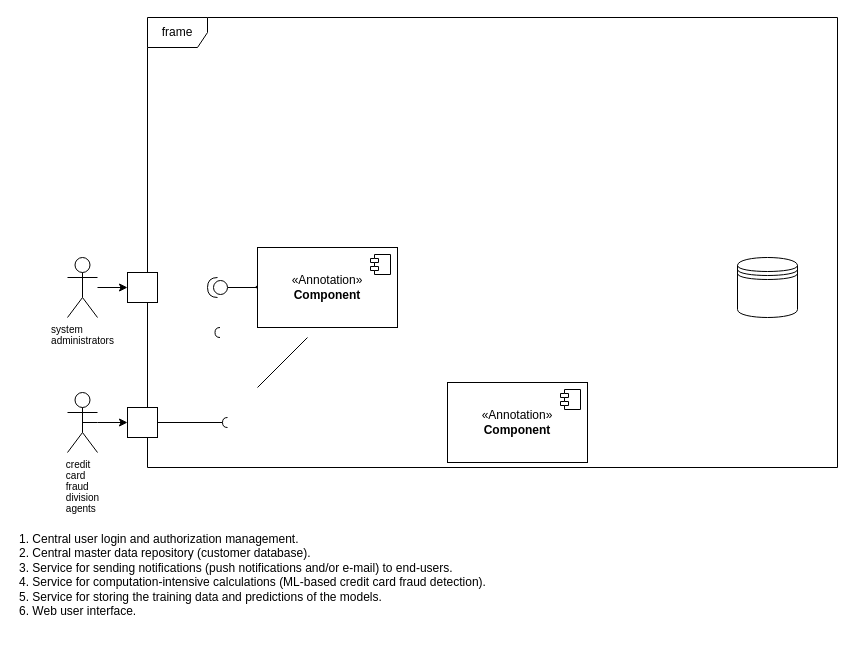
This is gifs/Untitled Diagram.drawio from midani-47/midani-47, a draw.io file, before an edit. Source tidied: cells renumbered, new cells numbered last; positions are measured from the earlier drawing's top-left corner, leaving out a move shared by most shapes. Both pictures are drawn from the tidied source at 100%, with x=0, y=0 at pixel (17, 17).
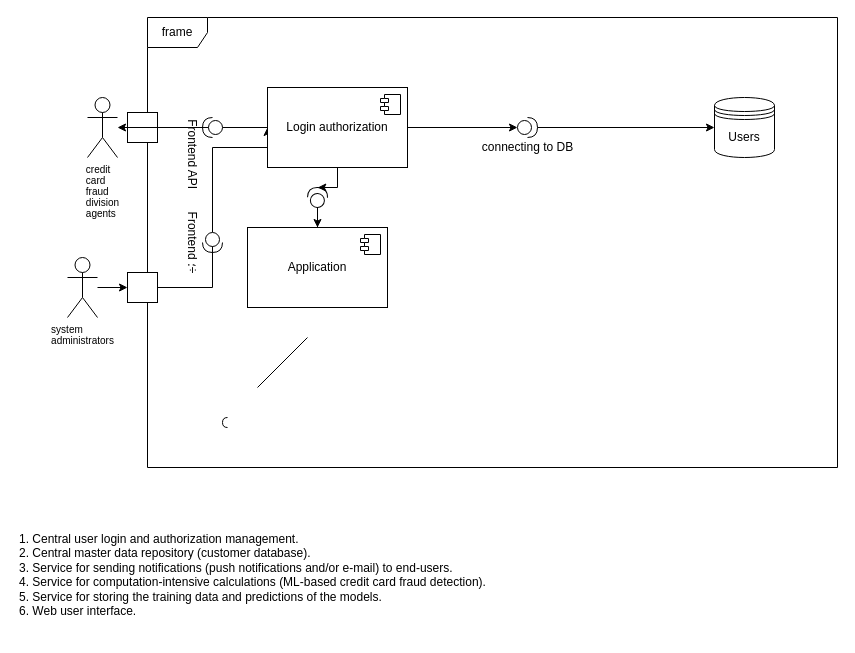
After the change.

Unchanged cells that the change refers to:
```xml
<mxCell id="10" style="shape=requiredInterface;html=1;fontSize=11;align=center;fillColor=none;points=[];verticalAlign=bottom;labelPosition=center;verticalLabelPosition=top;flipH=1;" parent="1" vertex="1">
  <mxGeometry x="205" y="400" width="5" height="10" as="geometry" />
</mxCell>
<mxCell id="11" style="html=1;rounded=0;" parent="1" vertex="1">
  <mxGeometry x="110" y="255" width="30" height="30" as="geometry" />
</mxCell>
```

The edit, as a diff of the source:
```diff
@@
-    <mxCell id="5" style="edgeStyle=orthogonalEdgeStyle;rounded=0;jettySize=auto;html=1;entryX=0.015;entryY=0.585;entryDx=0;entryDy=0;entryPerimeter=0;" parent="1" edge="1" source="6" target="17">
-      <mxGeometry relative="1" as="geometry">
-        <Array as="points">
-          <mxPoint x="242" y="270" />
-        </Array>
-      </mxGeometry>
+    <mxCell id="5" style="edgeStyle=orthogonalEdgeStyle;rounded=0;jettySize=auto;html=1;" parent="1" edge="1" source="6" target="17">
+      <mxGeometry relative="1" as="geometry" />
     </mxCell>
-    <mxCell id="6" style="shape=providedRequiredInterface;html=1;verticalLabelPosition=bottom;sketch=0;rotation=-180;" parent="1" vertex="1">
-      <mxGeometry x="190" y="260" width="20" height="20" as="geometry" />
+    <mxCell id="6" style="shape=providedRequiredInterface;html=1;verticalLabelPosition=bottom;sketch=0;rotation=-88;" parent="1" vertex="1">
+      <mxGeometry x="290" y="170" width="20" height="20" as="geometry" />
     </mxCell>
@@
     <mxCell id="8" style="html=1;rounded=0;" parent="1" vertex="1">
-      <mxGeometry x="110" y="390" width="30" height="30" as="geometry" />
+      <mxGeometry x="110" y="95" width="30" height="30" as="geometry" />
     </mxCell>
-    <mxCell id="9" style="endArrow=none;html=1;rounded=0;align=center;verticalAlign=top;endFill=0;labelBackgroundColor=none;endSize=2;" parent="1" edge="1" source="8" target="10">
+    <mxCell id="9" style="endArrow=none;html=1;rounded=0;align=center;verticalAlign=top;endFill=0;labelBackgroundColor=none;endSize=2;" parent="1" edge="1" source="8" target="15">
       <mxGeometry relative="1" as="geometry" />
     </mxCell>
@@
+    <mxCell id="21" style="edgeStyle=orthogonalEdgeStyle;rounded=0;jettySize=auto;html=1;entryX=0;entryY=0.5;entryDx=0;entryDy=0;" parent="1" edge="1" source="26" target="15">
+      <mxGeometry relative="1" as="geometry">
+        <Array as="points">
+          <mxPoint x="195" y="130" />
+          <mxPoint x="250" y="130" />
+        </Array>
+      </mxGeometry>
+    </mxCell>
@@
-    <mxCell id="12" style="shape=requiredInterface;html=1;fontSize=11;align=center;fillColor=none;verticalAlign=bottom;labelPosition=center;verticalLabelPosition=top;flipH=1;" parent="1" vertex="1">
-      <mxGeometry x="197.5" y="310" width="5" height="10" as="geometry" />
-    </mxCell>
-    <mxCell id="13" style="edgeStyle=orthogonalEdgeStyle;rounded=0;jettySize=auto;html=1;exitX=0.5;exitY=0.5;exitDx=0;exitDy=0;exitPerimeter=0;entryX=0;entryY=0.5;entryDx=0;entryDy=0;" parent="1" edge="1" source="14" target="8">
-      <mxGeometry relative="1" as="geometry">
-        <Array as="points">
-          <mxPoint x="80" y="405" />
-          <mxPoint x="80" y="405" />
-        </Array>
-      </mxGeometry>
-    </mxCell>
     <mxCell id="14" value="&lt;p style=&quot;margin: 0px; font-variant-numeric: normal; font-variant-east-asian: normal; font-variant-alternates: normal; font-size-adjust: none; font-kerning: auto; font-optical-sizing: auto; font-feature-settings: normal; font-variation-settings: normal; font-variant-position: normal; font-variant-emoji: normal; font-stretch: normal; font-size: 10px; line-height: normal; text-align: start; text-wrap-mode: wrap;&quot; class=&quot;p1&quot;&gt;&lt;font style=&quot;color: light-dark(rgb(0, 0, 0), rgb(255, 255, 255));&quot;&gt;credit card fraud division agents&lt;/font&gt;&lt;/p&gt;" style="shape=umlActor;verticalLabelPosition=bottom;verticalAlign=top;html=1;outlineConnect=0;" parent="1" vertex="1">
-      <mxGeometry x="50" y="375" width="30" height="60" as="geometry" />
+      <mxGeometry x="70" y="80" width="30" height="60" as="geometry" />
     </mxCell>
+    <mxCell id="22" style="edgeStyle=orthogonalEdgeStyle;rounded=0;jettySize=auto;html=1;" parent="1" edge="1" source="15" target="28">
+      <mxGeometry relative="1" as="geometry" />
+    </mxCell>
-    <mxCell id="15" value="&amp;laquo;Annotation&amp;raquo;&lt;br/&gt;&lt;b&gt;Component&lt;/b&gt;" style="html=1;whiteSpace=wrap;" parent="1" vertex="1">
-      <mxGeometry x="430" y="365" width="140" height="80" as="geometry" />
+    <mxCell id="15" value="Login authorization" style="html=1;whiteSpace=wrap;" parent="1" vertex="1">
+      <mxGeometry x="250" y="70" width="140" height="80" as="geometry" />
     </mxCell>
@@
-    <mxCell id="17" value="&amp;laquo;Annotation&amp;raquo;&lt;br/&gt;&lt;b&gt;Component&lt;/b&gt;" style="html=1;whiteSpace=wrap;" parent="1" vertex="1">
-      <mxGeometry x="240" y="230" width="140" height="80" as="geometry" />
+    <mxCell id="17" value="Application" style="html=1;whiteSpace=wrap;" parent="1" vertex="1">
+      <mxGeometry x="230" y="210" width="140" height="80" as="geometry" />
     </mxCell>
@@
-    <mxCell id="19" style="shape=datastore;whiteSpace=wrap;html=1;" parent="1" vertex="1">
-      <mxGeometry x="720" y="240" width="60" height="60" as="geometry" />
+    <mxCell id="19" value="Users" style="shape=datastore;whiteSpace=wrap;html=1;" parent="1" vertex="1">
+      <mxGeometry x="697" y="80" width="60" height="60" as="geometry" />
     </mxCell>
@@
+    <mxCell id="23" style="edgeStyle=orthogonalEdgeStyle;rounded=0;jettySize=auto;html=1;" parent="1" edge="1" source="24" target="14">
+      <mxGeometry relative="1" as="geometry" />
+    </mxCell>
+    <mxCell id="24" value="&lt;span style=&quot;white-space: pre;&quot;&gt;&#9;&lt;span style=&quot;white-space: pre;&quot;&gt;&#9;&lt;/span&gt;Frontend API&lt;/span&gt;" style="shape=providedRequiredInterface;html=1;verticalLabelPosition=bottom;sketch=0;direction=south;rotation=90;" parent="1" vertex="1">
+      <mxGeometry x="185" y="100" width="20" height="20" as="geometry" />
+    </mxCell>
+    <mxCell id="25" style="edgeStyle=orthogonalEdgeStyle;rounded=0;jettySize=auto;html=1;entryX=0;entryY=0.5;entryDx=0;entryDy=0;" parent="1" edge="1" source="11" target="26">
+      <mxGeometry relative="1" as="geometry">
+        <Array as="points">
+          <mxPoint x="195" y="270" />
+        </Array>
+      </mxGeometry>
+    </mxCell>
+    <mxCell id="26" value="Frontend ؛÷" style="shape=providedRequiredInterface;html=1;verticalLabelPosition=bottom;sketch=0;rotation=90;" parent="1" vertex="1">
+      <mxGeometry x="185" y="215" width="20" height="20" as="geometry" />
+    </mxCell>
+    <mxCell id="27" style="edgeStyle=orthogonalEdgeStyle;rounded=0;jettySize=auto;html=1;" parent="1" edge="1" source="28" target="19">
+      <mxGeometry relative="1" as="geometry" />
+    </mxCell>
+    <mxCell id="28" value="connecting to DB" style="shape=providedRequiredInterface;html=1;verticalLabelPosition=bottom;sketch=0;" parent="1" vertex="1">
+      <mxGeometry x="500" y="100" width="20" height="20" as="geometry" />
+    </mxCell>
+    <mxCell id="29" style="edgeStyle=orthogonalEdgeStyle;rounded=0;jettySize=auto;html=1;entryX=1;entryY=0.5;entryDx=0;entryDy=0;entryPerimeter=0;" parent="1" edge="1" source="15" target="6">
+      <mxGeometry relative="1" as="geometry" />
+    </mxCell>
```
